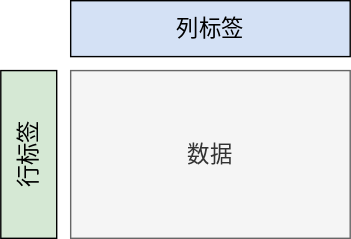
Before: img/ch-dask-dataframe/dataframe-model.svg, a diagram exported from draw.io (godaai/scale-py-zh). Source tidied: cells renumbered, new cells last; positions are measured from the earlier drawing's top-left corner, leaving out a move shared by most shapes.
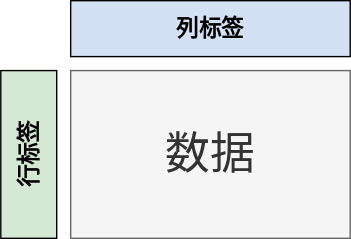
After the change.

Change to the diagram source:
```diff
@@ -2,16 +2,16 @@
   <root>
     <mxCell id="0" />
     <mxCell id="1" parent="0" />
-    <mxCell id="2" value="&lt;span style=&quot;font-size: 16px;&quot;&gt;&lt;font style=&quot;font-size: 16px;&quot;&gt;数据&lt;/font&gt;&lt;/span&gt;" style="rounded=0;whiteSpace=wrap;html=1;fillColor=#f5f5f5;fontColor=#333333;strokeColor=#666666;fontFamily=SimSun;fontSize=16;" parent="1" vertex="1">
+    <mxCell id="2" value="&lt;font style=&quot;font-size: 32px;&quot;&gt;数据&lt;/font&gt;" style="rounded=0;whiteSpace=wrap;html=1;fillColor=#f5f5f5;fontColor=#333333;strokeColor=#666666;fontFamily=SimSun;fontSize=16;" parent="1" vertex="1">
       <mxGeometry x="50" y="50" width="200" height="120" as="geometry" />
     </mxCell>
-    <mxCell id="3" value="行标签" style="rounded=0;whiteSpace=wrap;html=1;fillColor=#D5E8D4;fontFamily=SimSun;fontSize=16;horizontal=0;" parent="1" vertex="1">
+    <mxCell id="3" value="&lt;b&gt;&lt;font face=&quot;Helvetica&quot;&gt;行标签&lt;/font&gt;&lt;/b&gt;" style="rounded=0;whiteSpace=wrap;html=1;fillColor=#D5E8D4;fontFamily=SimSun;fontSize=16;horizontal=0;" parent="1" vertex="1">
       <mxGeometry y="50" width="40" height="120" as="geometry" />
     </mxCell>
     <mxCell id="4" style="rounded=0;whiteSpace=wrap;html=1;fillColor=#D4E1F5;" parent="1" vertex="1">
       <mxGeometry x="50" width="200" height="40" as="geometry" />
     </mxCell>
-    <mxCell id="5" value="列标签" style="text;html=1;strokeColor=none;fillColor=none;align=center;verticalAlign=middle;whiteSpace=wrap;rounded=0;fontFamily=SimSun;fontSize=16;" parent="1" vertex="1">
+    <mxCell id="5" value="&lt;b&gt;&lt;font face=&quot;Helvetica&quot;&gt;列标签&lt;/font&gt;&lt;/b&gt;" style="text;html=1;strokeColor=none;fillColor=none;align=center;verticalAlign=middle;whiteSpace=wrap;rounded=0;fontFamily=SimSun;fontSize=16;" parent="1" vertex="1">
       <mxGeometry x="110" y="5" width="80" height="30" as="geometry" />
     </mxCell>
   </root>
```
